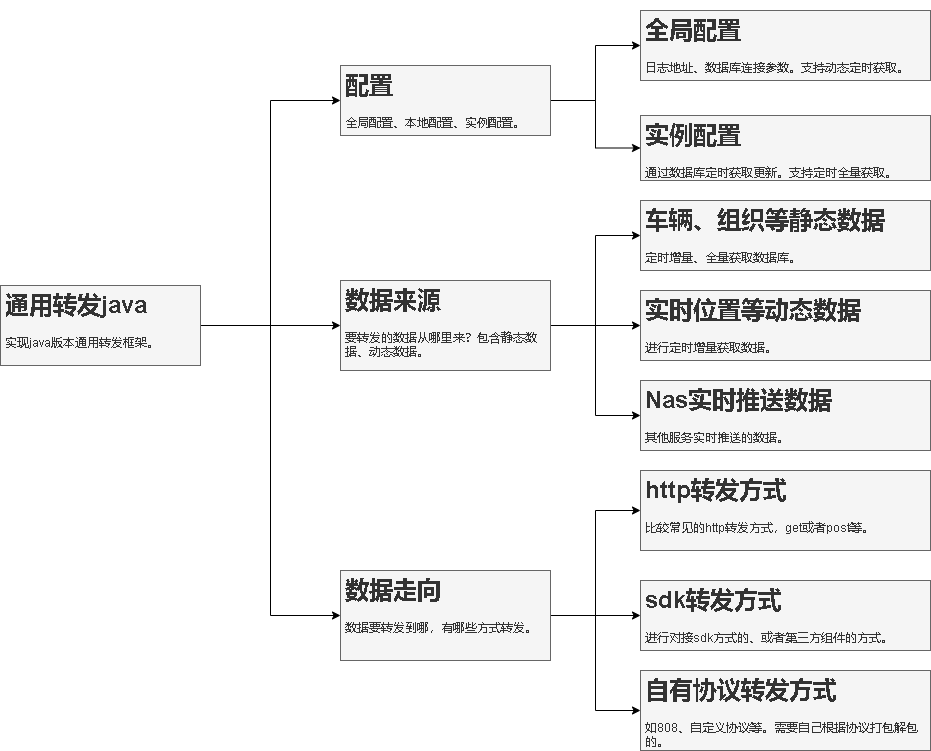
Before: 通用转发java.drawio.png, a diagram exported from draw.io (xktder/draw). Source tidied: cells renumbered, new cells last; positions are measured from the earlier drawing's top-left corner, leaving out a move shared by most shapes.
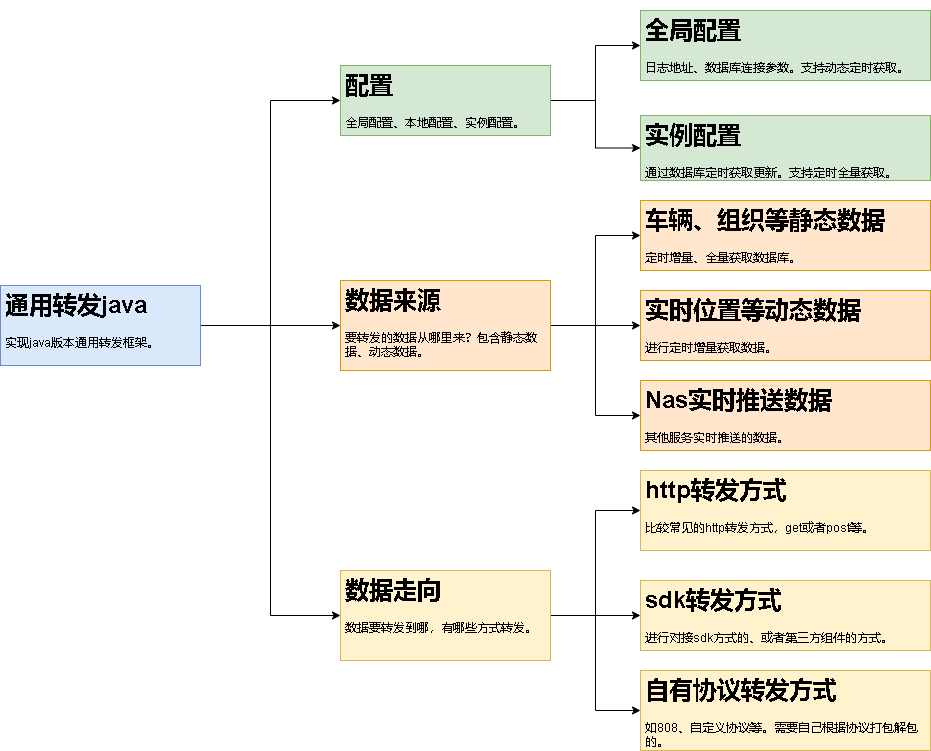
After the change.

Commit message:
更新通用转发java.drawio.png

Change to the diagram source:
```diff
@@ -11,7 +11,7 @@
     <mxCell id="4" style="edgeStyle=orthogonalEdgeStyle;rounded=0;jettySize=auto;html=1;entryX=0;entryY=0.5;entryDx=0;entryDy=0;" parent="1" edge="1" source="5" target="16">
       <mxGeometry relative="1" as="geometry" />
     </mxCell>
-    <mxCell id="5" value="&lt;h1&gt;通用转发java&lt;/h1&gt;&lt;p&gt;实现java版本通用转发框架。&lt;/p&gt;" style="text;html=1;spacing=5;spacingTop=-20;whiteSpace=wrap;overflow=hidden;rounded=0;fillColor=#f5f5f5;fontColor=#333333;strokeColor=#666666;" parent="1" vertex="1">
+    <mxCell id="5" value="&lt;h1&gt;通用转发java&lt;/h1&gt;&lt;p&gt;实现java版本通用转发框架。&lt;/p&gt;" style="text;html=1;spacing=5;spacingTop=-20;whiteSpace=wrap;overflow=hidden;rounded=0;fillColor=#dae8fc;strokeColor=#6c8ebf;" parent="1" vertex="1">
       <mxGeometry y="275" width="200" height="80" as="geometry" />
     </mxCell>
     <mxCell id="6" style="edgeStyle=orthogonalEdgeStyle;rounded=0;jettySize=auto;html=1;" parent="1" edge="1" source="8" target="17">
@@ -20,7 +20,7 @@
     <mxCell id="7" style="edgeStyle=orthogonalEdgeStyle;rounded=0;jettySize=auto;html=1;" parent="1" edge="1" source="8" target="18">
       <mxGeometry relative="1" as="geometry" />
     </mxCell>
-    <mxCell id="8" value="&lt;h1&gt;配置&lt;/h1&gt;&lt;p&gt;全局配置、本地配置、实例配置。&lt;/p&gt;" style="text;html=1;spacing=5;spacingTop=-20;whiteSpace=wrap;overflow=hidden;rounded=0;fillColor=#f5f5f5;fontColor=#333333;strokeColor=#666666;" parent="1" vertex="1">
+    <mxCell id="8" value="&lt;h1&gt;配置&lt;/h1&gt;&lt;p&gt;全局配置、本地配置、实例配置。&lt;/p&gt;" style="text;html=1;spacing=5;spacingTop=-20;whiteSpace=wrap;overflow=hidden;rounded=0;fillColor=#d5e8d4;strokeColor=#82b366;" parent="1" vertex="1">
       <mxGeometry x="340" y="55" width="210" height="70" as="geometry" />
     </mxCell>
     <mxCell id="9" style="edgeStyle=orthogonalEdgeStyle;rounded=0;jettySize=auto;html=1;entryX=0;entryY=0.5;entryDx=0;entryDy=0;" parent="1" edge="1" source="12" target="20">
@@ -32,7 +32,7 @@
     <mxCell id="11" style="edgeStyle=orthogonalEdgeStyle;rounded=0;jettySize=auto;html=1;entryX=0;entryY=0.5;entryDx=0;entryDy=0;" parent="1" edge="1" source="12" target="19">
       <mxGeometry relative="1" as="geometry" />
     </mxCell>
-    <mxCell id="12" value="&lt;h1&gt;数据来源&lt;/h1&gt;&lt;p&gt;要转发的数据从哪里来？包含静态数据、动态数据。&lt;/p&gt;" style="text;html=1;spacing=5;spacingTop=-20;whiteSpace=wrap;overflow=hidden;rounded=0;fillColor=#f5f5f5;fontColor=#333333;strokeColor=#666666;" parent="1" vertex="1">
+    <mxCell id="12" value="&lt;h1&gt;数据来源&lt;/h1&gt;&lt;p&gt;要转发的数据从哪里来？包含静态数据、动态数据。&lt;/p&gt;" style="text;html=1;spacing=5;spacingTop=-20;whiteSpace=wrap;overflow=hidden;rounded=0;fillColor=#ffe6cc;strokeColor=#d79b00;" parent="1" vertex="1">
       <mxGeometry x="340" y="270" width="210" height="90" as="geometry" />
     </mxCell>
     <mxCell id="13" style="edgeStyle=orthogonalEdgeStyle;rounded=0;jettySize=auto;html=1;" parent="1" edge="1" source="16" target="22">
@@ -44,31 +44,31 @@
     <mxCell id="15" style="edgeStyle=orthogonalEdgeStyle;rounded=0;jettySize=auto;html=1;entryX=0;entryY=0.5;entryDx=0;entryDy=0;" parent="1" edge="1" source="16" target="21">
       <mxGeometry relative="1" as="geometry" />
     </mxCell>
-    <mxCell id="16" value="&lt;h1&gt;数据走向&lt;/h1&gt;&lt;div&gt;数据要转发到哪，有哪些方式转发。&lt;/div&gt;" style="text;html=1;spacing=5;spacingTop=-20;whiteSpace=wrap;overflow=hidden;rounded=0;fillColor=#f5f5f5;fontColor=#333333;strokeColor=#666666;" parent="1" vertex="1">
+    <mxCell id="16" value="&lt;h1&gt;数据走向&lt;/h1&gt;&lt;div&gt;数据要转发到哪，有哪些方式转发。&lt;/div&gt;" style="text;html=1;spacing=5;spacingTop=-20;whiteSpace=wrap;overflow=hidden;rounded=0;fillColor=#fff2cc;strokeColor=#d6b656;" parent="1" vertex="1">
       <mxGeometry x="340" y="560" width="210" height="90" as="geometry" />
     </mxCell>
-    <mxCell id="17" value="&lt;h1&gt;全局配置&lt;/h1&gt;&lt;p&gt;日志地址、数据库连接参数。支持动态定时获取。&lt;/p&gt;" style="text;html=1;spacing=5;spacingTop=-20;whiteSpace=wrap;overflow=hidden;rounded=0;fillColor=#f5f5f5;fontColor=#333333;strokeColor=#666666;" parent="1" vertex="1">
+    <mxCell id="17" value="&lt;h1&gt;全局配置&lt;/h1&gt;&lt;p&gt;日志地址、数据库连接参数。支持动态定时获取。&lt;/p&gt;" style="text;html=1;spacing=5;spacingTop=-20;whiteSpace=wrap;overflow=hidden;rounded=0;fillColor=#d5e8d4;strokeColor=#82b366;" parent="1" vertex="1">
       <mxGeometry x="640" width="290" height="70" as="geometry" />
     </mxCell>
-    <mxCell id="18" value="&lt;h1&gt;实例配置&lt;/h1&gt;&lt;p&gt;通过数据库定时获取更新。支持定时全量获取。&lt;/p&gt;" style="text;html=1;spacing=5;spacingTop=-20;whiteSpace=wrap;overflow=hidden;rounded=0;fillColor=#f5f5f5;fontColor=#333333;strokeColor=#666666;" parent="1" vertex="1">
+    <mxCell id="18" value="&lt;h1&gt;实例配置&lt;/h1&gt;&lt;p&gt;通过数据库定时获取更新。支持定时全量获取。&lt;/p&gt;" style="text;html=1;spacing=5;spacingTop=-20;whiteSpace=wrap;overflow=hidden;rounded=0;fillColor=#d5e8d4;strokeColor=#82b366;" parent="1" vertex="1">
       <mxGeometry x="640" y="105" width="290" height="65" as="geometry" />
     </mxCell>
-    <mxCell id="19" value="&lt;h1&gt;车辆、组织等静态数据&lt;/h1&gt;&lt;p&gt;定时增量、全量获取数据库。&lt;/p&gt;" style="text;html=1;spacing=5;spacingTop=-20;whiteSpace=wrap;overflow=hidden;rounded=0;fillColor=#f5f5f5;fontColor=#333333;strokeColor=#666666;" parent="1" vertex="1">
+    <mxCell id="19" value="&lt;h1&gt;车辆、组织等静态数据&lt;/h1&gt;&lt;p&gt;定时增量、全量获取数据库。&lt;/p&gt;" style="text;html=1;spacing=5;spacingTop=-20;whiteSpace=wrap;overflow=hidden;rounded=0;fillColor=#ffe6cc;strokeColor=#d79b00;" parent="1" vertex="1">
       <mxGeometry x="640" y="190" width="290" height="70" as="geometry" />
     </mxCell>
-    <mxCell id="20" value="&lt;h1&gt;实时位置等动态数据&lt;/h1&gt;&lt;p&gt;进行定时增量获取数据。&lt;/p&gt;" style="text;html=1;spacing=5;spacingTop=-20;whiteSpace=wrap;overflow=hidden;rounded=0;fillColor=#f5f5f5;fontColor=#333333;strokeColor=#666666;" parent="1" vertex="1">
+    <mxCell id="20" value="&lt;h1&gt;实时位置等动态数据&lt;/h1&gt;&lt;p&gt;进行定时增量获取数据。&lt;/p&gt;" style="text;html=1;spacing=5;spacingTop=-20;whiteSpace=wrap;overflow=hidden;rounded=0;fillColor=#ffe6cc;strokeColor=#d79b00;" parent="1" vertex="1">
       <mxGeometry x="640" y="280" width="290" height="70" as="geometry" />
     </mxCell>
-    <mxCell id="21" value="&lt;h1&gt;http转发方式&lt;/h1&gt;&lt;div&gt;比较常见的http转发方式，get或者post等。&lt;/div&gt;" style="text;html=1;spacing=5;spacingTop=-20;whiteSpace=wrap;overflow=hidden;rounded=0;fillColor=#f5f5f5;fontColor=#333333;strokeColor=#666666;" parent="1" vertex="1">
+    <mxCell id="21" value="&lt;h1&gt;http转发方式&lt;/h1&gt;&lt;div&gt;比较常见的http转发方式，get或者post等。&lt;/div&gt;" style="text;html=1;spacing=5;spacingTop=-20;whiteSpace=wrap;overflow=hidden;rounded=0;fillColor=#fff2cc;strokeColor=#d6b656;" parent="1" vertex="1">
       <mxGeometry x="640" y="460" width="290" height="80" as="geometry" />
     </mxCell>
-    <mxCell id="22" value="&lt;h1&gt;sdk转发方式&lt;/h1&gt;&lt;div&gt;进行对接sdk方式的、或者第三方组件的方式。&lt;/div&gt;" style="text;html=1;spacing=5;spacingTop=-20;whiteSpace=wrap;overflow=hidden;rounded=0;fillColor=#f5f5f5;fontColor=#333333;strokeColor=#666666;" parent="1" vertex="1">
+    <mxCell id="22" value="&lt;h1&gt;sdk转发方式&lt;/h1&gt;&lt;div&gt;进行对接sdk方式的、或者第三方组件的方式。&lt;/div&gt;" style="text;html=1;spacing=5;spacingTop=-20;whiteSpace=wrap;overflow=hidden;rounded=0;fillColor=#fff2cc;strokeColor=#d6b656;" parent="1" vertex="1">
       <mxGeometry x="640" y="570" width="290" height="70" as="geometry" />
     </mxCell>
-    <mxCell id="23" value="&lt;h1&gt;自有协议转发方式&lt;/h1&gt;&lt;div&gt;如808、自定义协议等。需要自己根据协议打包解包的。&lt;/div&gt;" style="text;html=1;spacing=5;spacingTop=-20;whiteSpace=wrap;overflow=hidden;rounded=0;fillColor=#f5f5f5;fontColor=#333333;strokeColor=#666666;" parent="1" vertex="1">
+    <mxCell id="23" value="&lt;h1&gt;自有协议转发方式&lt;/h1&gt;&lt;div&gt;如808、自定义协议等。需要自己根据协议打包解包的。&lt;/div&gt;" style="text;html=1;spacing=5;spacingTop=-20;whiteSpace=wrap;overflow=hidden;rounded=0;fillColor=#fff2cc;strokeColor=#d6b656;" parent="1" vertex="1">
       <mxGeometry x="640" y="660" width="290" height="80" as="geometry" />
     </mxCell>
-    <mxCell id="24" value="&lt;h1&gt;Nas实时推送数据&lt;/h1&gt;&lt;div&gt;其他服务实时推送的数据。&lt;/div&gt;" style="text;html=1;spacing=5;spacingTop=-20;whiteSpace=wrap;overflow=hidden;rounded=0;fillColor=#f5f5f5;fontColor=#333333;strokeColor=#666666;" parent="1" vertex="1">
+    <mxCell id="24" value="&lt;h1&gt;Nas实时推送数据&lt;/h1&gt;&lt;div&gt;其他服务实时推送的数据。&lt;/div&gt;" style="text;html=1;spacing=5;spacingTop=-20;whiteSpace=wrap;overflow=hidden;rounded=0;fillColor=#ffe6cc;strokeColor=#d79b00;" parent="1" vertex="1">
       <mxGeometry x="640" y="370" width="290" height="70" as="geometry" />
     </mxCell>
   </root>
```
